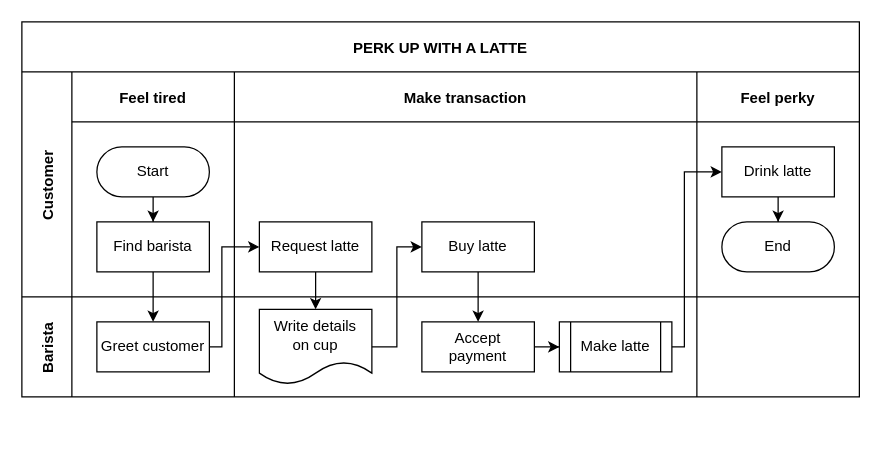
This is Untitled Diagram.drawio from StefanPlacinta/TimeToRock, a draw.io file, before an edit. Source tidied: cells renumbered, new cells numbered last; positions are measured from the earlier drawing's top-left corner, leaving out a move shared by most shapes. Both pictures are drawn from the tidied source at 125%, with x=0, y=0 at pixel (21, 21).
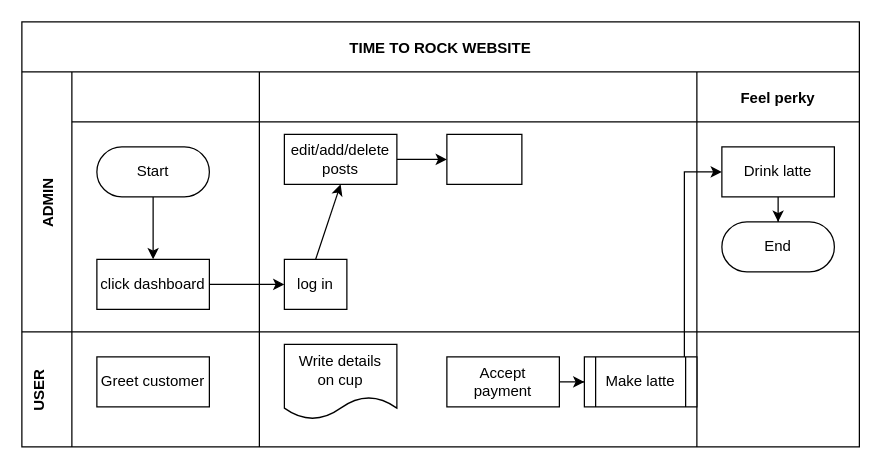
After the change.

Unchanged cells that the change refers to:
```xml
<mxCell id="18" value="Greet customer" style="rounded=0;whiteSpace=wrap;html=1;" parent="17" vertex="1">
  <mxGeometry x="20" y="20" width="90" height="40" as="geometry" />
</mxCell>
<mxCell id="21" value="Accept&lt;br&gt;payment" style="rounded=0;whiteSpace=wrap;html=1;" parent="19" vertex="1">
  <mxGeometry x="150" y="20" width="90" height="40" as="geometry" />
</mxCell>
<mxCell id="22" value="Write details&lt;br&gt;on cup" style="shape=document;whiteSpace=wrap;html=1;boundedLbl=1;" parent="19" vertex="1">
  <mxGeometry x="20" y="10" width="90" height="60" as="geometry" />
</mxCell>
```

The edit, as a diff of the source:
```diff
@@
-    <mxCell id="2" value="PERK UP WITH A LATTE" style="shape=table;childLayout=tableLayout;startSize=40;fillColor=none;fontStyle=1;" parent="1" vertex="1">
-      <mxGeometry width="670" height="300" as="geometry" />
+    <mxCell id="2" value="TIME TO ROCK WEBSITE" style="shape=table;childLayout=tableLayout;startSize=40;fillColor=none;fontStyle=1;" parent="1" vertex="1">
+      <mxGeometry width="670" height="340" as="geometry" />
     </mxCell>
-    <mxCell id="3" style="edgeStyle=orthogonalEdgeStyle;rounded=0;jettySize=auto;html=1;" parent="2" edge="1" source="8" target="18">
-      <mxGeometry relative="1" as="geometry" />
-    </mxCell>
-    <mxCell id="4" value="Customer" style="shape=tableRow;horizontal=0;swimlaneHead=0;swimlaneBody=0;top=0;left=0;bottom=0;right=0;fillColor=none;startSize=40;fontStyle=1;" parent="2" vertex="1">
-      <mxGeometry y="40" width="670" height="180" as="geometry" />
+    <mxCell id="4" value="ADMIN" style="shape=tableRow;horizontal=0;swimlaneHead=0;swimlaneBody=0;top=0;left=0;bottom=0;right=0;fillColor=none;startSize=40;fontStyle=1;" parent="2" vertex="1">
+      <mxGeometry y="40" width="670" height="208" as="geometry" />
     </mxCell>
-    <mxCell id="5" value="Feel tired" style="swimlane;swimlaneHead=0;swimlaneBody=0;fillColor=none;startSize=40;fontStyle=1;" parent="4" vertex="1">
-      <mxGeometry x="40" width="130" height="180" as="geometry" />
+    <mxCell id="5" style="swimlane;swimlaneHead=0;swimlaneBody=0;fillColor=none;startSize=40;fontStyle=1;" parent="4" vertex="1">
+      <mxGeometry x="40" width="150" height="208" as="geometry" />
     </mxCell>
@@
-    <mxCell id="8" value="Find barista" style="rounded=0;whiteSpace=wrap;html=1;" parent="5" vertex="1">
-      <mxGeometry x="20" y="120" width="90" height="40" as="geometry" />
+    <mxCell id="8" value="click dashboard" style="rounded=0;whiteSpace=wrap;html=1;" parent="5" vertex="1">
+      <mxGeometry x="20" y="150" width="90" height="40" as="geometry" />
     </mxCell>
-    <mxCell id="9" value="Make transaction" style="swimlane;swimlaneHead=0;swimlaneBody=0;fillColor=none;startSize=40;fontStyle=1;" parent="4" vertex="1">
-      <mxGeometry x="170" width="370" height="180" as="geometry" />
+    <mxCell id="9" style="swimlane;swimlaneHead=0;swimlaneBody=0;fillColor=none;startSize=40;fontStyle=1;" parent="4" vertex="1">
+      <mxGeometry x="190" width="350" height="208" as="geometry" />
     </mxCell>
-    <mxCell id="10" value="Request latte" style="rounded=0;whiteSpace=wrap;html=1;" parent="9" vertex="1">
-      <mxGeometry x="20" y="120" width="90" height="40" as="geometry" />
+    <mxCell id="10" value="log in" style="rounded=0;whiteSpace=wrap;html=1;" parent="9" vertex="1">
+      <mxGeometry x="20" y="150" width="50" height="40" as="geometry" />
     </mxCell>
-    <mxCell id="11" value="Buy latte" style="rounded=0;whiteSpace=wrap;html=1;" parent="9" vertex="1">
-      <mxGeometry x="150" y="120" width="90" height="40" as="geometry" />
+    <mxCell id="11" value="edit/add/delete&lt;br&gt;posts" style="rounded=0;whiteSpace=wrap;html=1;" parent="9" vertex="1">
+      <mxGeometry x="20" y="50" width="90" height="40" as="geometry" />
     </mxCell>
+    <mxCell id="30" style="endArrow=classic;html=1;rounded=0;exitX=0.5;exitY=0;exitDx=0;exitDy=0;entryX=0.5;entryY=1;entryDx=0;entryDy=0;" parent="9" edge="1" source="10" target="11">
+      <mxGeometry relative="1" as="geometry" />
+    </mxCell>
+    <mxCell id="31" style="rounded=0;whiteSpace=wrap;html=1;" parent="9" vertex="1">
+      <mxGeometry x="150" y="50" width="60" height="40" as="geometry" />
+    </mxCell>
     <mxCell id="12" value="Feel perky" style="swimlane;swimlaneHead=0;swimlaneBody=0;fillColor=none;startSize=40;fontStyle=1;" parent="4" vertex="1">
-      <mxGeometry x="540" width="130" height="180" as="geometry" />
+      <mxGeometry x="540" width="130" height="208" as="geometry" />
     </mxCell>
@@
+    <mxCell id="32" style="endArrow=classic;html=1;rounded=0;exitX=1;exitY=0.5;exitDx=0;exitDy=0;entryX=0;entryY=0.5;entryDx=0;entryDy=0;" parent="4" edge="1" source="8" target="10">
+      <mxGeometry relative="1" as="geometry" />
+    </mxCell>
-    <mxCell id="16" value="Barista" style="shape=tableRow;horizontal=0;swimlaneHead=0;swimlaneBody=0;top=0;left=0;bottom=0;right=0;fillColor=none;startSize=40;fontStyle=1;" parent="2" vertex="1">
-      <mxGeometry y="220" width="670" height="80" as="geometry" />
+    <mxCell id="16" value="USER&#10;" style="shape=tableRow;horizontal=0;swimlaneHead=0;swimlaneBody=0;top=0;left=0;bottom=0;right=0;fillColor=none;startSize=40;fontStyle=1;" parent="2" vertex="1">
+      <mxGeometry y="248" width="670" height="92" as="geometry" />
     </mxCell>
     <mxCell id="17" style="swimlane;swimlaneHead=0;swimlaneBody=0;fillColor=none;startSize=0;fontStyle=1;" parent="16" vertex="1">
-      <mxGeometry x="40" width="130" height="80" as="geometry" />
+      <mxGeometry x="40" width="150" height="92" as="geometry" />
     </mxCell>
@@
     <mxCell id="19" style="swimlane;swimlaneHead=0;swimlaneBody=0;fillColor=none;startSize=0;fontStyle=1;" parent="16" vertex="1">
-      <mxGeometry x="170" width="370" height="80" as="geometry" />
+      <mxGeometry x="190" width="350" height="92" as="geometry" />
     </mxCell>
@@
     <mxCell id="24" style="swimlane;swimlaneHead=0;swimlaneBody=0;fillColor=none;startSize=0;fontStyle=1;" parent="16" vertex="1">
-      <mxGeometry x="540" width="130" height="80" as="geometry" />
+      <mxGeometry x="540" width="130" height="92" as="geometry" />
     </mxCell>
-    <mxCell id="25" style="edgeStyle=orthogonalEdgeStyle;rounded=0;jettySize=auto;html=1;" parent="2" edge="1" source="18" target="10">
-      <mxGeometry relative="1" as="geometry">
-        <Array as="points">
-          <mxPoint x="160" y="260" />
-          <mxPoint x="160" y="180" />
-        </Array>
-      </mxGeometry>
-    </mxCell>
-    <mxCell id="26" style="edgeStyle=orthogonalEdgeStyle;rounded=0;jettySize=auto;html=1;" parent="2" edge="1" source="10" target="22">
-      <mxGeometry relative="1" as="geometry" />
-    </mxCell>
-    <mxCell id="27" style="edgeStyle=orthogonalEdgeStyle;rounded=0;jettySize=auto;html=1;" parent="2" edge="1" source="22" target="11">
-      <mxGeometry relative="1" as="geometry">
-        <Array as="points">
-          <mxPoint x="300" y="260" />
-          <mxPoint x="300" y="180" />
-        </Array>
-      </mxGeometry>
-    </mxCell>
-    <mxCell id="28" style="edgeStyle=orthogonalEdgeStyle;rounded=0;jettySize=auto;html=1;" parent="2" edge="1" source="11" target="21">
-      <mxGeometry relative="1" as="geometry" />
+    <mxCell id="28" style="edgeStyle=orthogonalEdgeStyle;rounded=0;jettySize=auto;html=1;" parent="2" edge="1" source="11">
+      <mxGeometry relative="1" as="geometry">
+        <mxPoint x="340" y="110" as="targetPoint" />
+      </mxGeometry>
     </mxCell>
```
